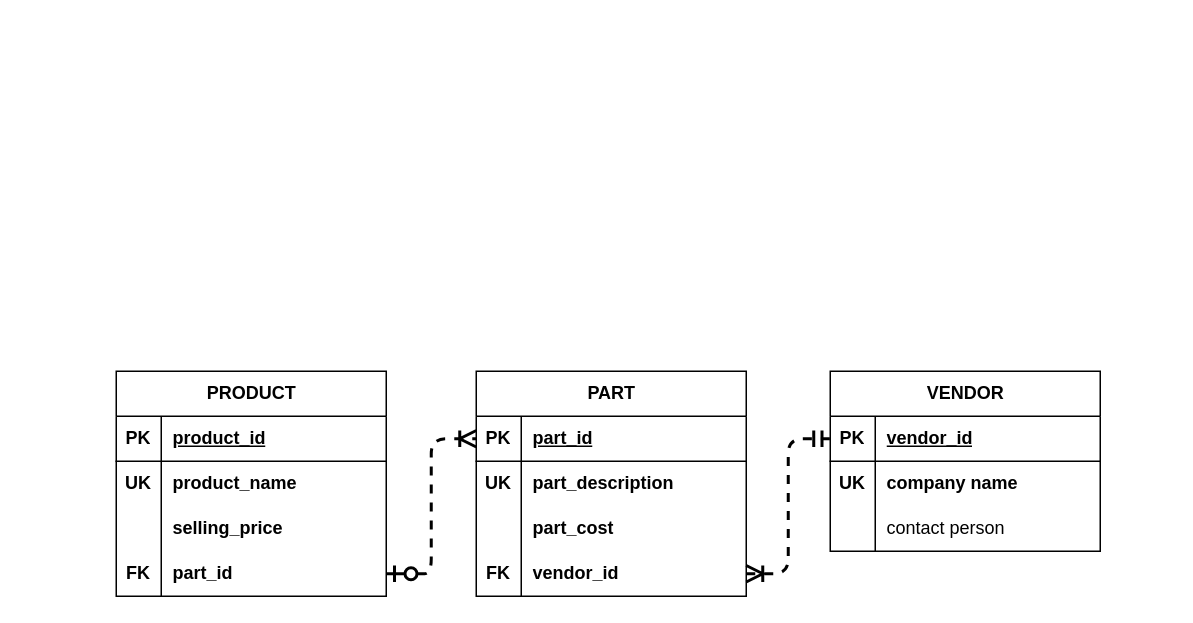
qichendev/assignments keeps this draw.io diagram as page "P203c" (3 of 3) of relational-database-design/chapter2/P0202.drawio. Above is the earlier version. Source tidied: cells renumbered, new cells numbered last; positions are measured from the earlier drawing's top-left corner, leaving out a move shared by most shapes. Both pictures are drawn from the tidied source at 150%, with x=0, y=0 at pixel (116, 370).
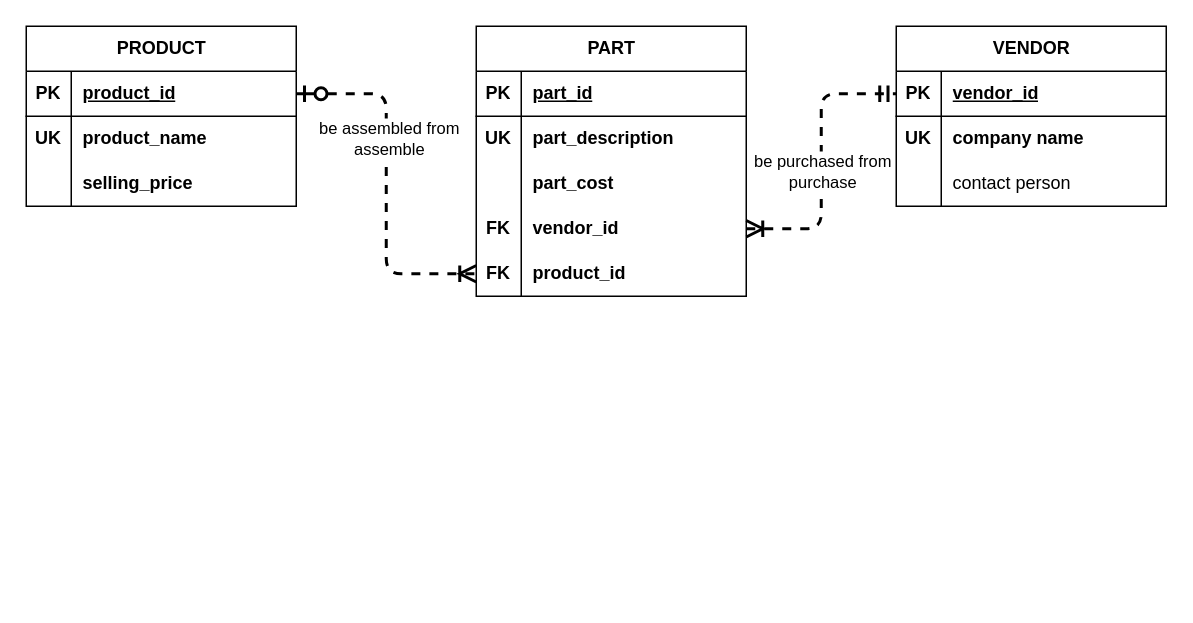
After the change.

The edit, as a diff of the source:
```diff
@@
     <mxCell id="2" value="VENDOR" style="shape=table;startSize=30;childLayout=tableLayout;rowLines=0;fontStyle=1;align=center;html=1;" parent="1" vertex="1">
-      <mxGeometry x="476" width="180" height="120" as="geometry" />
+      <mxGeometry x="520" y="-230" width="180" height="120" as="geometry" />
     </mxCell>
-    <mxCell id="3" style="shape=tableRow;horizontal=0;startSize=0;swimlaneHead=0;swimlaneBody=0;fillColor=none;points=[[0,0.5],[1,0.5]];portConstraint=eastwest;top=0;left=0;right=0;bottom=1;" parent="2" vertex="1">
-      <mxGeometry y="30" width="180" height="30" as="geometry" />
-    </mxCell>
-    <mxCell id="4" value="PK" style="shape=partialRectangle;fillColor=none;top=0;left=0;bottom=0;right=0;fontStyle=1;overflow=hidden;whiteSpace=wrap;html=1;" parent="3" vertex="1">
-      <mxGeometry width="30" height="30" as="geometry" />
-    </mxCell>
+    <mxCell id="40" style="shape=tableRow;horizontal=0;startSize=0;swimlaneHead=0;swimlaneBody=0;fillColor=none;points=[[0,0.5],[1,0.5]];portConstraint=eastwest;top=0;left=0;right=0;bottom=1;" parent="2" vertex="1">
+      <mxGeometry y="30" width="180" height="30" as="geometry" />
+    </mxCell>
+    <mxCell id="41" value="PK" style="shape=partialRectangle;fillColor=none;top=0;left=0;bottom=0;right=0;fontStyle=1;overflow=hidden;whiteSpace=wrap;html=1;" parent="40" vertex="1">
+      <mxGeometry width="30" height="30" as="geometry" />
+    </mxCell>
-    <mxCell id="5" value="vendor_id" style="shape=partialRectangle;fillColor=none;top=0;left=0;bottom=0;right=0;align=left;spacingLeft=6;fontStyle=5;overflow=hidden;whiteSpace=wrap;html=1;" parent="3" vertex="1">
+    <mxCell id="5" value="vendor_id" style="shape=partialRectangle;fillColor=none;top=0;left=0;bottom=0;right=0;align=left;spacingLeft=6;fontStyle=5;overflow=hidden;whiteSpace=wrap;html=1;" parent="40" vertex="1">
       <mxGeometry x="30" width="150" height="30" as="geometry" />
     </mxCell>
-    <mxCell id="6" style="shape=tableRow;horizontal=0;startSize=0;swimlaneHead=0;swimlaneBody=0;fillColor=none;top=0;left=0;right=0;bottom=0;" parent="2" vertex="1">
-      <mxGeometry y="60" width="180" height="30" as="geometry" />
-    </mxCell>
-    <mxCell id="7" value="&lt;b&gt;UK&lt;/b&gt;" style="shape=partialRectangle;fillColor=none;top=0;left=0;bottom=0;right=0;overflow=hidden;whiteSpace=wrap;html=1;" parent="6" vertex="1">
-      <mxGeometry width="30" height="30" as="geometry" />
-    </mxCell>
+    <mxCell id="42" style="shape=tableRow;horizontal=0;startSize=0;swimlaneHead=0;swimlaneBody=0;fillColor=none;top=0;left=0;right=0;bottom=0;" parent="2" vertex="1">
+      <mxGeometry y="60" width="180" height="30" as="geometry" />
+    </mxCell>
+    <mxCell id="43" value="&lt;b&gt;UK&lt;/b&gt;" style="shape=partialRectangle;fillColor=none;top=0;left=0;bottom=0;right=0;overflow=hidden;whiteSpace=wrap;html=1;" parent="42" vertex="1">
+      <mxGeometry width="30" height="30" as="geometry" />
+    </mxCell>
-    <mxCell id="8" value="company name" style="shape=partialRectangle;fillColor=none;top=0;left=0;bottom=0;right=0;align=left;spacingLeft=6;overflow=hidden;whiteSpace=wrap;html=1;fontStyle=1;" parent="6" vertex="1">
+    <mxCell id="8" value="company name" style="shape=partialRectangle;fillColor=none;top=0;left=0;bottom=0;right=0;align=left;spacingLeft=6;overflow=hidden;whiteSpace=wrap;html=1;fontStyle=1;" parent="42" vertex="1">
       <mxGeometry x="30" width="150" height="30" as="geometry" />
     </mxCell>
-    <mxCell id="9" style="shape=tableRow;horizontal=0;startSize=0;swimlaneHead=0;swimlaneBody=0;fillColor=none;top=0;left=0;right=0;bottom=0;" parent="2" vertex="1">
-      <mxGeometry y="90" width="180" height="30" as="geometry" />
-    </mxCell>
-    <mxCell id="10" style="shape=partialRectangle;fillColor=none;top=0;left=0;bottom=0;right=0;overflow=hidden;whiteSpace=wrap;html=1;" parent="9" vertex="1">
-      <mxGeometry width="30" height="30" as="geometry" />
-    </mxCell>
+    <mxCell id="44" style="shape=tableRow;horizontal=0;startSize=0;swimlaneHead=0;swimlaneBody=0;fillColor=none;top=0;left=0;right=0;bottom=0;" parent="2" vertex="1">
+      <mxGeometry y="90" width="180" height="30" as="geometry" />
+    </mxCell>
+    <mxCell id="45" style="shape=partialRectangle;fillColor=none;top=0;left=0;bottom=0;right=0;overflow=hidden;whiteSpace=wrap;html=1;" parent="44" vertex="1">
+      <mxGeometry width="30" height="30" as="geometry" />
+    </mxCell>
-    <mxCell id="11" value="contact person" style="shape=partialRectangle;fillColor=none;top=0;left=0;bottom=0;right=0;align=left;spacingLeft=6;overflow=hidden;whiteSpace=wrap;html=1;" parent="9" vertex="1">
+    <mxCell id="11" value="contact person" style="shape=partialRectangle;fillColor=none;top=0;left=0;bottom=0;right=0;align=left;spacingLeft=6;overflow=hidden;whiteSpace=wrap;html=1;" parent="44" vertex="1">
       <mxGeometry x="30" width="150" height="30" as="geometry" />
     </mxCell>
     <mxCell id="12" value="PART" style="shape=table;startSize=30;childLayout=tableLayout;rowLines=0;fontStyle=1;align=center;html=1;" parent="1" vertex="1">
-      <mxGeometry x="240" width="180" height="150" as="geometry" />
+      <mxGeometry x="240" y="-230" width="180" height="180" as="geometry" />
     </mxCell>
-    <mxCell id="13" style="shape=tableRow;horizontal=0;startSize=0;swimlaneHead=0;swimlaneBody=0;fillColor=none;points=[[0,0.5],[1,0.5]];portConstraint=eastwest;top=0;left=0;right=0;bottom=1;" parent="12" vertex="1">
-      <mxGeometry y="30" width="180" height="30" as="geometry" />
-    </mxCell>
-    <mxCell id="14" value="PK" style="shape=partialRectangle;fillColor=none;top=0;left=0;bottom=0;right=0;fontStyle=1;overflow=hidden;whiteSpace=wrap;html=1;" parent="13" vertex="1">
-      <mxGeometry width="30" height="30" as="geometry" />
-    </mxCell>
+    <mxCell id="46" style="shape=tableRow;horizontal=0;startSize=0;swimlaneHead=0;swimlaneBody=0;fillColor=none;top=0;left=0;right=0;bottom=1;" parent="12" vertex="1">
+      <mxGeometry y="30" width="180" height="30" as="geometry" />
+    </mxCell>
+    <mxCell id="47" value="PK" style="shape=partialRectangle;fillColor=none;top=0;left=0;bottom=0;right=0;fontStyle=1;overflow=hidden;whiteSpace=wrap;html=1;" parent="46" vertex="1">
+      <mxGeometry width="30" height="30" as="geometry" />
+    </mxCell>
-    <mxCell id="15" value="part_id" style="shape=partialRectangle;fillColor=none;top=0;left=0;bottom=0;right=0;align=left;spacingLeft=6;fontStyle=5;overflow=hidden;whiteSpace=wrap;html=1;" parent="13" vertex="1">
+    <mxCell id="15" value="part_id" style="shape=partialRectangle;fillColor=none;top=0;left=0;bottom=0;right=0;align=left;spacingLeft=6;fontStyle=5;overflow=hidden;whiteSpace=wrap;html=1;" parent="46" vertex="1">
       <mxGeometry x="30" width="150" height="30" as="geometry" />
     </mxCell>
-    <mxCell id="16" style="shape=tableRow;horizontal=0;startSize=0;swimlaneHead=0;swimlaneBody=0;fillColor=none;top=0;left=0;right=0;bottom=0;" parent="12" vertex="1">
-      <mxGeometry y="60" width="180" height="30" as="geometry" />
-    </mxCell>
+    <mxCell id="48" style="shape=tableRow;horizontal=0;startSize=0;swimlaneHead=0;swimlaneBody=0;fillColor=none;top=0;left=0;right=0;bottom=0;" parent="12" vertex="1">
+      <mxGeometry y="60" width="180" height="30" as="geometry" />
+    </mxCell>
-    <mxCell id="17" value="UK" style="shape=partialRectangle;fillColor=none;top=0;left=0;bottom=0;right=0;overflow=hidden;whiteSpace=wrap;html=1;fontStyle=1;" parent="16" vertex="1">
+    <mxCell id="17" value="UK" style="shape=partialRectangle;fillColor=none;top=0;left=0;bottom=0;right=0;overflow=hidden;whiteSpace=wrap;html=1;fontStyle=1;" parent="48" vertex="1">
       <mxGeometry width="30" height="30" as="geometry" />
     </mxCell>
-    <mxCell id="18" value="part_description" style="shape=partialRectangle;fillColor=none;top=0;left=0;bottom=0;right=0;align=left;spacingLeft=6;overflow=hidden;whiteSpace=wrap;html=1;fontStyle=1;" parent="16" vertex="1">
+    <mxCell id="18" value="part_description" style="shape=partialRectangle;fillColor=none;top=0;left=0;bottom=0;right=0;align=left;spacingLeft=6;overflow=hidden;whiteSpace=wrap;html=1;fontStyle=1;" parent="48" vertex="1">
       <mxGeometry x="30" width="150" height="30" as="geometry" />
     </mxCell>
-    <mxCell id="19" style="shape=tableRow;horizontal=0;startSize=0;swimlaneHead=0;swimlaneBody=0;fillColor=none;top=0;left=0;right=0;bottom=0;" parent="12" vertex="1">
-      <mxGeometry y="90" width="180" height="30" as="geometry" />
-    </mxCell>
-    <mxCell id="20" style="shape=partialRectangle;fillColor=none;top=0;left=0;bottom=0;right=0;overflow=hidden;whiteSpace=wrap;html=1;" parent="19" vertex="1">
-      <mxGeometry width="30" height="30" as="geometry" />
-    </mxCell>
+    <mxCell id="49" style="shape=tableRow;horizontal=0;startSize=0;swimlaneHead=0;swimlaneBody=0;fillColor=none;top=0;left=0;right=0;bottom=0;" parent="12" vertex="1">
+      <mxGeometry y="90" width="180" height="30" as="geometry" />
+    </mxCell>
+    <mxCell id="50" style="shape=partialRectangle;fillColor=none;top=0;left=0;bottom=0;right=0;overflow=hidden;whiteSpace=wrap;html=1;" parent="49" vertex="1">
+      <mxGeometry width="30" height="30" as="geometry" />
+    </mxCell>
-    <mxCell id="21" value="part_cost" style="shape=partialRectangle;fillColor=none;top=0;left=0;bottom=0;right=0;align=left;spacingLeft=6;overflow=hidden;whiteSpace=wrap;html=1;fontStyle=1;" parent="19" vertex="1">
+    <mxCell id="21" value="part_cost" style="shape=partialRectangle;fillColor=none;top=0;left=0;bottom=0;right=0;align=left;spacingLeft=6;overflow=hidden;whiteSpace=wrap;html=1;fontStyle=1;" parent="49" vertex="1">
       <mxGeometry x="30" width="150" height="30" as="geometry" />
     </mxCell>
-    <mxCell id="22" style="shape=tableRow;horizontal=0;startSize=0;swimlaneHead=0;swimlaneBody=0;fillColor=none;points=[[0,0.5],[1,0.5]];portConstraint=eastwest;top=0;left=0;right=0;bottom=0;" parent="12" vertex="1">
-      <mxGeometry y="120" width="180" height="30" as="geometry" />
-    </mxCell>
-    <mxCell id="23" value="FK" style="shape=partialRectangle;fillColor=none;top=0;left=0;bottom=0;right=0;overflow=hidden;whiteSpace=wrap;html=1;fontStyle=1;" parent="22" vertex="1">
-      <mxGeometry width="30" height="30" as="geometry" />
-    </mxCell>
+    <mxCell id="51" style="shape=tableRow;horizontal=0;startSize=0;swimlaneHead=0;swimlaneBody=0;fillColor=none;points=[[0,0.5],[1,0.5]];portConstraint=eastwest;top=0;left=0;right=0;bottom=0;" parent="12" vertex="1">
+      <mxGeometry y="120" width="180" height="30" as="geometry" />
+    </mxCell>
+    <mxCell id="52" value="FK" style="shape=partialRectangle;fillColor=none;top=0;left=0;bottom=0;right=0;overflow=hidden;whiteSpace=wrap;html=1;fontStyle=1;" parent="51" vertex="1">
+      <mxGeometry width="30" height="30" as="geometry" />
+    </mxCell>
-    <mxCell id="24" value="vendor_id" style="shape=partialRectangle;fillColor=none;top=0;left=0;bottom=0;right=0;align=left;spacingLeft=6;overflow=hidden;whiteSpace=wrap;html=1;fontStyle=1;" parent="22" vertex="1">
+    <mxCell id="24" value="vendor_id" style="shape=partialRectangle;fillColor=none;top=0;left=0;bottom=0;right=0;align=left;spacingLeft=6;overflow=hidden;whiteSpace=wrap;html=1;fontStyle=1;" parent="51" vertex="1">
       <mxGeometry x="30" width="150" height="30" as="geometry" />
     </mxCell>
+    <mxCell id="53" style="shape=tableRow;horizontal=0;startSize=0;swimlaneHead=0;swimlaneBody=0;fillColor=none;points=[[0,0.5],[1,0.5]];portConstraint=eastwest;top=0;left=0;right=0;bottom=0;" parent="12" vertex="1">
+      <mxGeometry y="150" width="180" height="30" as="geometry" />
+    </mxCell>
+    <mxCell id="54" value="FK" style="shape=partialRectangle;fillColor=none;top=0;left=0;bottom=0;right=0;overflow=hidden;whiteSpace=wrap;html=1;fontStyle=1;" parent="53" vertex="1">
+      <mxGeometry width="30" height="30" as="geometry" />
+    </mxCell>
+    <mxCell id="55" value="product_id" style="shape=partialRectangle;fillColor=none;top=0;left=0;bottom=0;right=0;align=left;spacingLeft=6;overflow=hidden;whiteSpace=wrap;html=1;fontStyle=1;" parent="53" vertex="1">
+      <mxGeometry x="30" width="150" height="30" as="geometry" />
+    </mxCell>
     <mxCell id="25" value="PRODUCT" style="shape=table;startSize=30;childLayout=tableLayout;rowLines=0;fontStyle=1;align=center;html=1;" parent="1" vertex="1">
-      <mxGeometry width="180" height="150" as="geometry" />
+      <mxGeometry x="-60" y="-230" width="180" height="120" as="geometry" />
     </mxCell>
-    <mxCell id="26" style="shape=tableRow;horizontal=0;startSize=0;swimlaneHead=0;swimlaneBody=0;fillColor=none;top=0;left=0;right=0;bottom=1;" parent="25" vertex="1">
-      <mxGeometry y="30" width="180" height="30" as="geometry" />
-    </mxCell>
-    <mxCell id="27" value="PK" style="shape=partialRectangle;fillColor=none;top=0;left=0;bottom=0;right=0;fontStyle=1;overflow=hidden;whiteSpace=wrap;html=1;" parent="26" vertex="1">
-      <mxGeometry width="30" height="30" as="geometry" />
-    </mxCell>
+    <mxCell id="56" style="shape=tableRow;horizontal=0;startSize=0;swimlaneHead=0;swimlaneBody=0;fillColor=none;points=[[0,0.5],[1,0.5]];portConstraint=eastwest;top=0;left=0;right=0;bottom=1;" parent="25" vertex="1">
+      <mxGeometry y="30" width="180" height="30" as="geometry" />
+    </mxCell>
+    <mxCell id="57" value="PK" style="shape=partialRectangle;fillColor=none;top=0;left=0;bottom=0;right=0;fontStyle=1;overflow=hidden;whiteSpace=wrap;html=1;" parent="56" vertex="1">
+      <mxGeometry width="30" height="30" as="geometry" />
+    </mxCell>
-    <mxCell id="28" value="product_id" style="shape=partialRectangle;fillColor=none;top=0;left=0;bottom=0;right=0;align=left;spacingLeft=6;fontStyle=5;overflow=hidden;whiteSpace=wrap;html=1;" parent="26" vertex="1">
+    <mxCell id="28" value="product_id" style="shape=partialRectangle;fillColor=none;top=0;left=0;bottom=0;right=0;align=left;spacingLeft=6;fontStyle=5;overflow=hidden;whiteSpace=wrap;html=1;" parent="56" vertex="1">
       <mxGeometry x="30" width="150" height="30" as="geometry" />
     </mxCell>
-    <mxCell id="29" style="shape=tableRow;horizontal=0;startSize=0;swimlaneHead=0;swimlaneBody=0;fillColor=none;top=0;left=0;right=0;bottom=0;" parent="25" vertex="1">
-      <mxGeometry y="60" width="180" height="30" as="geometry" />
-    </mxCell>
-    <mxCell id="30" value="&lt;b&gt;UK&lt;/b&gt;" style="shape=partialRectangle;fillColor=none;top=0;left=0;bottom=0;right=0;overflow=hidden;whiteSpace=wrap;html=1;" parent="29" vertex="1">
-      <mxGeometry width="30" height="30" as="geometry" />
-    </mxCell>
+    <mxCell id="58" style="shape=tableRow;horizontal=0;startSize=0;swimlaneHead=0;swimlaneBody=0;fillColor=none;top=0;left=0;right=0;bottom=0;" parent="25" vertex="1">
+      <mxGeometry y="60" width="180" height="30" as="geometry" />
+    </mxCell>
+    <mxCell id="59" value="&lt;b&gt;UK&lt;/b&gt;" style="shape=partialRectangle;fillColor=none;top=0;left=0;bottom=0;right=0;overflow=hidden;whiteSpace=wrap;html=1;" parent="58" vertex="1">
+      <mxGeometry width="30" height="30" as="geometry" />
+    </mxCell>
-    <mxCell id="31" value="product_name" style="shape=partialRectangle;fillColor=none;top=0;left=0;bottom=0;right=0;align=left;spacingLeft=6;overflow=hidden;whiteSpace=wrap;html=1;fontStyle=1;" parent="29" vertex="1">
+    <mxCell id="31" value="product_name" style="shape=partialRectangle;fillColor=none;top=0;left=0;bottom=0;right=0;align=left;spacingLeft=6;overflow=hidden;whiteSpace=wrap;html=1;fontStyle=1;" parent="58" vertex="1">
       <mxGeometry x="30" width="150" height="30" as="geometry" />
     </mxCell>
-    <mxCell id="32" style="shape=tableRow;horizontal=0;startSize=0;swimlaneHead=0;swimlaneBody=0;fillColor=none;top=0;left=0;right=0;bottom=0;" parent="25" vertex="1">
-      <mxGeometry y="90" width="180" height="30" as="geometry" />
-    </mxCell>
-    <mxCell id="33" style="shape=partialRectangle;fillColor=none;top=0;left=0;bottom=0;right=0;overflow=hidden;whiteSpace=wrap;html=1;" parent="32" vertex="1">
-      <mxGeometry width="30" height="30" as="geometry" />
-    </mxCell>
+    <mxCell id="60" style="shape=tableRow;horizontal=0;startSize=0;swimlaneHead=0;swimlaneBody=0;fillColor=none;top=0;left=0;right=0;bottom=0;" parent="25" vertex="1">
+      <mxGeometry y="90" width="180" height="30" as="geometry" />
+    </mxCell>
+    <mxCell id="61" style="shape=partialRectangle;fillColor=none;top=0;left=0;bottom=0;right=0;overflow=hidden;whiteSpace=wrap;html=1;" parent="60" vertex="1">
+      <mxGeometry width="30" height="30" as="geometry" />
+    </mxCell>
-    <mxCell id="34" value="selling_price" style="shape=partialRectangle;fillColor=none;top=0;left=0;bottom=0;right=0;align=left;spacingLeft=6;overflow=hidden;whiteSpace=wrap;html=1;fontStyle=1;" parent="32" vertex="1">
+    <mxCell id="34" value="selling_price" style="shape=partialRectangle;fillColor=none;top=0;left=0;bottom=0;right=0;align=left;spacingLeft=6;overflow=hidden;whiteSpace=wrap;html=1;fontStyle=1;" parent="60" vertex="1">
       <mxGeometry x="30" width="150" height="30" as="geometry" />
     </mxCell>
-    <mxCell id="35" style="shape=tableRow;horizontal=0;startSize=0;swimlaneHead=0;swimlaneBody=0;fillColor=none;points=[[0,0.5],[1,0.5]];portConstraint=eastwest;top=0;left=0;right=0;bottom=0;" parent="25" vertex="1">
-      <mxGeometry y="120" width="180" height="30" as="geometry" />
-    </mxCell>
-    <mxCell id="36" value="&lt;b&gt;FK&lt;/b&gt;" style="shape=partialRectangle;fillColor=none;top=0;left=0;bottom=0;right=0;overflow=hidden;whiteSpace=wrap;html=1;" parent="35" vertex="1">
-      <mxGeometry width="30" height="30" as="geometry" />
-    </mxCell>
-    <mxCell id="37" value="part_id" style="shape=partialRectangle;fillColor=none;top=0;left=0;bottom=0;right=0;align=left;spacingLeft=6;overflow=hidden;whiteSpace=wrap;html=1;fontStyle=1;" parent="35" vertex="1">
-      <mxGeometry x="30" width="150" height="30" as="geometry" />
-    </mxCell>
-    <mxCell id="38" style="edgeStyle=elbowEdgeStyle;fontSize=12;html=1;endArrow=ERmandOne;startArrow=ERoneToMany;rounded=1;endSize=8;startSize=8;strokeWidth=2;dashed=1;jumpStyle=none;curved=0;entryX=0;entryY=0.5;entryDx=0;entryDy=0;exitX=1;exitY=0.5;exitDx=0;exitDy=0;startFill=0;endFill=0;" parent="1" edge="1" source="22" target="3">
-      <mxGeometry relative="1" as="geometry" />
-    </mxCell>
-    <mxCell id="39" style="edgeStyle=elbowEdgeStyle;fontSize=12;html=1;endArrow=ERoneToMany;startArrow=ERzeroToOne;rounded=1;endSize=8;startSize=8;strokeWidth=2;dashed=1;jumpStyle=none;curved=0;exitX=1;exitY=0.5;exitDx=0;exitDy=0;startFill=0;endFill=0;entryX=0;entryY=0.5;entryDx=0;entryDy=0;" parent="1" edge="1" source="35" target="13">
-      <mxGeometry relative="1" as="geometry" />
-    </mxCell>
+    <mxCell id="62" style="edgeStyle=elbowEdgeStyle;fontSize=12;html=1;endArrow=ERmandOne;startArrow=ERoneToMany;rounded=1;endSize=8;startSize=8;strokeWidth=2;dashed=1;jumpStyle=none;curved=0;entryX=0;entryY=0.5;entryDx=0;entryDy=0;exitX=1;exitY=0.5;exitDx=0;exitDy=0;startFill=0;endFill=0;" parent="1" edge="1" source="51" target="40">
+      <mxGeometry relative="1" as="geometry" />
+    </mxCell>
+    <mxCell id="63" value="be purchased from&lt;div&gt;purchase&lt;/div&gt;" style="edgeLabel;html=1;align=center;verticalAlign=middle;" parent="62" vertex="1">
+      <mxGeometry x="-0.06" relative="1" as="geometry" />
+    </mxCell>
+    <mxCell id="64" style="edgeStyle=elbowEdgeStyle;fontSize=12;html=1;endArrow=ERoneToMany;startArrow=ERzeroToOne;rounded=1;endSize=8;startSize=8;strokeWidth=2;dashed=1;jumpStyle=none;curved=0;exitX=1;exitY=0.5;exitDx=0;exitDy=0;startFill=0;endFill=0;entryX=0;entryY=0.5;entryDx=0;entryDy=0;elbow=horizontal;" parent="1" edge="1" source="56" target="53">
+      <mxGeometry relative="1" as="geometry" />
+    </mxCell>
+    <mxCell id="65" value="be assembled from&lt;div&gt;assemble&lt;/div&gt;" style="edgeLabel;html=1;align=center;verticalAlign=middle;" parent="64" vertex="1">
+      <mxGeometry x="-0.26" y="1" relative="1" as="geometry" />
+    </mxCell>
```
